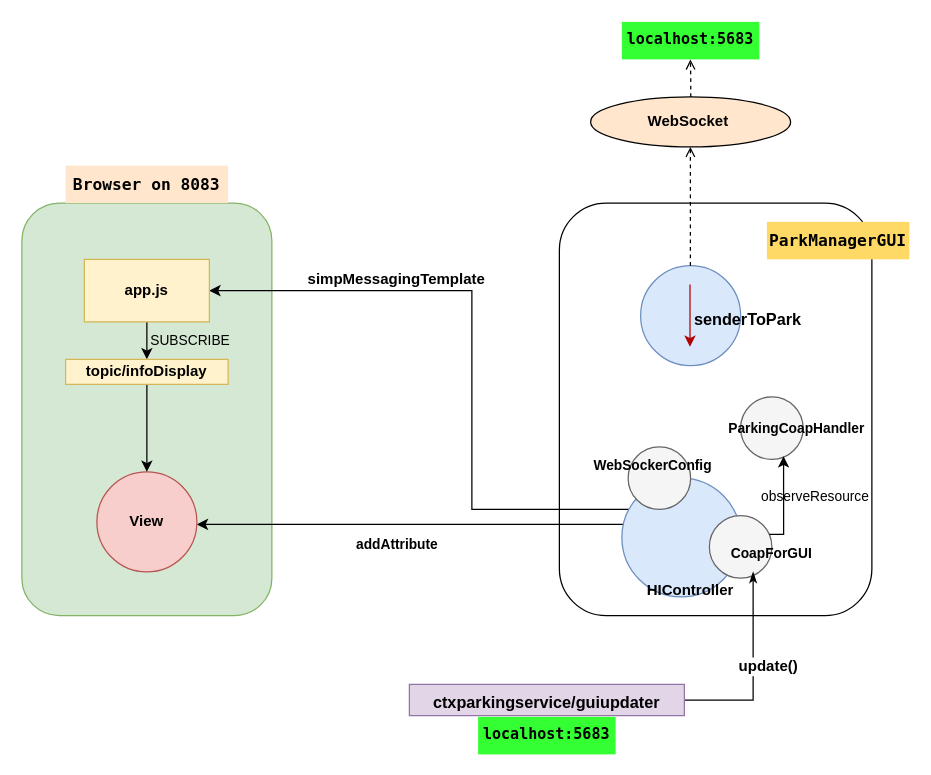
LeoManto/Mantovani_Leonardo keeps this draw.io diagram as Automated_Car_Parking/sprint_4/it.unibo.ParkManagerService_s4/userDocs/managerGUI.drawio. Above is the earlier version. Source tidied: cells renumbered, new cells numbered last; positions are measured from the earlier drawing's top-left corner, leaving out a move shared by most shapes. Both pictures are drawn from the tidied source at 125%, with x=0, y=0 at pixel (21, 21).
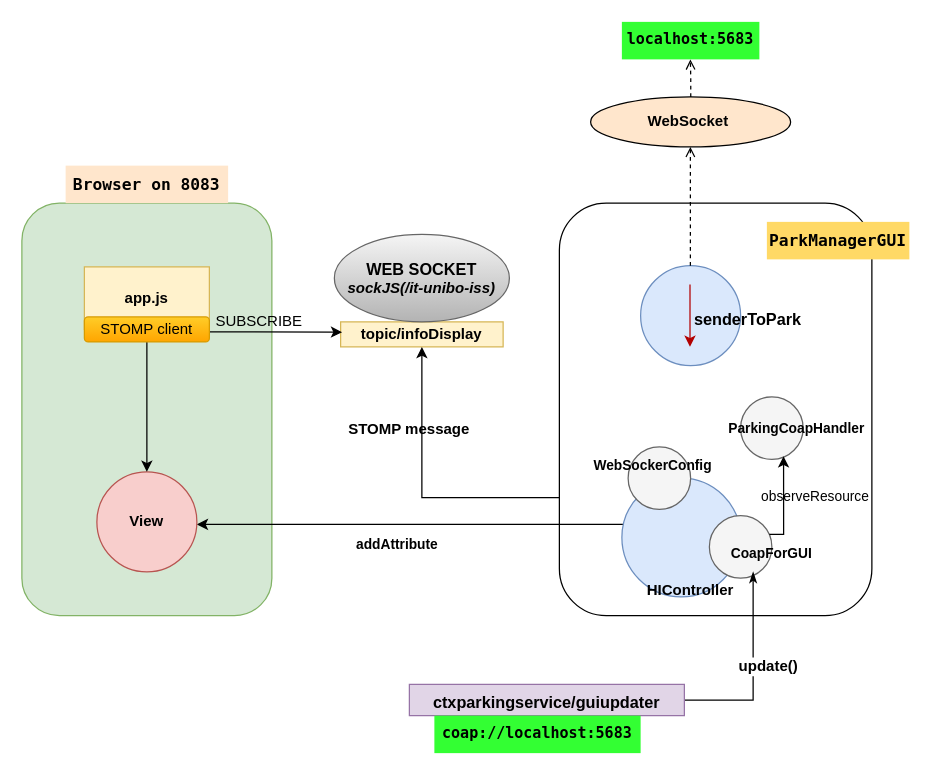
Above is the later version.

Unchanged cells that the change refers to:
```xml
<mxCell id="2" style="rounded=1;whiteSpace=wrap;html=1;direction=south;" parent="1" vertex="1">
  <mxGeometry x="430" y="145" width="250" height="330" as="geometry" />
</mxCell>
<mxCell id="11" style="ellipse;whiteSpace=wrap;html=1;fillColor=#dae8fc;strokeColor=#6c8ebf;" parent="1" vertex="1">
  <mxGeometry x="480" y="365" width="95" height="95" as="geometry" />
</mxCell>
<mxCell id="13" value="&lt;b&gt;View&lt;/b&gt;" style="ellipse;whiteSpace=wrap;html=1;fillColor=#f8cecc;strokeColor=#b85450;" parent="1" vertex="1">
  <mxGeometry x="60" y="360" width="80" height="80" as="geometry" />
</mxCell>
```

Diff of the diagram source:
```diff
@@
-    <mxCell id="10" style="edgeStyle=orthogonalEdgeStyle;rounded=0;jettySize=auto;html=1;entryX=1;entryY=0.5;entryDx=0;entryDy=0;" parent="1" edge="1" source="11" target="15">
-      <mxGeometry relative="1" as="geometry">
-        <Array as="points">
-          <mxPoint x="360" y="390" />
-          <mxPoint x="360" y="215" />
-        </Array>
-      </mxGeometry>
-    </mxCell>
@@
-    <mxCell id="14" style="edgeStyle=orthogonalEdgeStyle;rounded=0;jettySize=auto;html=1;entryX=0.5;entryY=0;entryDx=0;entryDy=0;" parent="1" edge="1" source="15" target="17">
-      <mxGeometry relative="1" as="geometry" />
-    </mxCell>
     <mxCell id="15" value="&lt;b&gt;app.js&lt;/b&gt;" style="rounded=0;whiteSpace=wrap;html=1;fillColor=#fff2cc;strokeColor=#d6b656;" parent="1" vertex="1">
-      <mxGeometry x="50" y="190" width="100" height="50" as="geometry" />
+      <mxGeometry x="50" y="196" width="100" height="50" as="geometry" />
     </mxCell>
-    <mxCell id="16" style="edgeStyle=orthogonalEdgeStyle;rounded=0;jettySize=auto;html=1;entryX=0.5;entryY=0;entryDx=0;entryDy=0;fontColor=#000000;" parent="1" edge="1" source="17" target="13">
+    <mxCell id="16" style="edgeStyle=orthogonalEdgeStyle;rounded=0;jettySize=auto;html=1;entryX=0.5;entryY=0;entryDx=0;entryDy=0;fontColor=#000000;exitX=0.5;exitY=1;exitDx=0;exitDy=0;" parent="1" edge="1" source="15" target="13">
       <mxGeometry relative="1" as="geometry" />
     </mxCell>
     <mxCell id="17" value="&lt;b&gt;topic/infoDisplay&lt;/b&gt;" style="rounded=0;whiteSpace=wrap;html=1;fillColor=#fff2cc;strokeColor=#d6b656;" parent="1" vertex="1">
-      <mxGeometry x="35" y="270" width="130" height="20" as="geometry" />
+      <mxGeometry x="255" y="240" width="130" height="20" as="geometry" />
     </mxCell>
-    <mxCell id="18" value="&lt;font style=&quot;font-size: 11px&quot;&gt;SUBSCRIBE&lt;/font&gt;" style="text;html=1;strokeColor=none;fillColor=none;align=center;verticalAlign=middle;whiteSpace=wrap;rounded=0;" parent="1" vertex="1">
-      <mxGeometry x="105" y="240" width="60" height="30" as="geometry" />
-    </mxCell>
-    <mxCell id="19" value="simpMessagingTemplate" style="text;strokeColor=none;fillColor=none;align=center;verticalAlign=middle;rounded=0;labelBackgroundColor=none;fontStyle=1;fontColor=#000000;" parent="1" vertex="1">
-      <mxGeometry x="270" y="190" width="60" height="30" as="geometry" />
+    <mxCell id="19" value="STOMP message" style="text;strokeColor=none;fillColor=none;align=center;verticalAlign=middle;rounded=0;labelBackgroundColor=none;fontStyle=1;fontColor=#000000;" parent="1" vertex="1">
+      <mxGeometry x="280" y="310" width="60" height="30" as="geometry" />
     </mxCell>
@@
-    <mxCell id="38" value="localhost:5683" style="text;whiteSpace=wrap;fontSize=12;fontFamily=Lucida Console;fontColor=default;align=center;fillColor=#33FF33;fontStyle=1;" parent="1" vertex="1">
-      <mxGeometry x="365" y="556" width="110" height="30" as="geometry" />
+    <mxCell id="38" value="coap://localhost:5683" style="text;whiteSpace=wrap;fontSize=12;fontFamily=Lucida Console;fontColor=default;align=center;fillColor=#33FF33;fontStyle=1;" parent="1" vertex="1">
+      <mxGeometry x="330" y="555" width="165" height="30" as="geometry" />
     </mxCell>
+    <mxCell id="39" value="&lt;b&gt;&lt;span style=&quot;font-size: 13px&quot;&gt;WEB SOCKET&lt;/span&gt;&lt;br&gt;&lt;font style=&quot;font-size: 12px&quot;&gt;&lt;i&gt;sockJS(&lt;/i&gt;&lt;span style=&quot;font-style: italic&quot;&gt;/it-unibo-iss&lt;/span&gt;&lt;span style=&quot;font-style: italic&quot;&gt;)&lt;/span&gt;&lt;/font&gt;&lt;/b&gt;" style="ellipse;whiteSpace=wrap;html=1;gradientColor=#b3b3b3;fillColor=#f5f5f5;strokeColor=#666666;" parent="1" vertex="1">
+      <mxGeometry x="250" y="170" width="140" height="70" as="geometry" />
+    </mxCell>
+    <mxCell id="40" style="endArrow=classic;html=1;rounded=0;edgeStyle=orthogonalEdgeStyle;exitX=0.714;exitY=1;exitDx=0;exitDy=0;exitPerimeter=0;entryX=0.5;entryY=1;entryDx=0;entryDy=0;" parent="1" edge="1" source="2" target="17">
+      <mxGeometry relative="1" as="geometry" />
+    </mxCell>
+    <mxCell id="41" style="endArrow=classic;html=1;rounded=0;edgeStyle=orthogonalEdgeStyle;entryX=0.009;entryY=0.358;entryDx=0;entryDy=0;entryPerimeter=0;" parent="1" edge="1">
+      <mxGeometry relative="1" as="geometry">
+        <mxPoint x="150" y="248" as="sourcePoint" />
+        <mxPoint x="256.2" y="248.2" as="targetPoint" />
+        <Array as="points">
+          <mxPoint x="150" y="248" />
+          <mxPoint x="249" y="248" />
+        </Array>
+      </mxGeometry>
+    </mxCell>
+    <mxCell id="42" value="STOMP client" style="rounded=1;whiteSpace=wrap;html=1;gradientColor=#ffa500;fillColor=#ffcd28;strokeColor=#d79b00;" parent="1" vertex="1">
+      <mxGeometry x="50" y="236" width="100" height="20" as="geometry" />
+    </mxCell>
+    <mxCell id="18" value="SUBSCRIBE" style="text;html=1;strokeColor=none;fillColor=none;align=center;verticalAlign=middle;whiteSpace=wrap;rounded=0;" parent="1" vertex="1">
+      <mxGeometry x="165" y="232" width="50" height="15" as="geometry" />
+    </mxCell>
```
